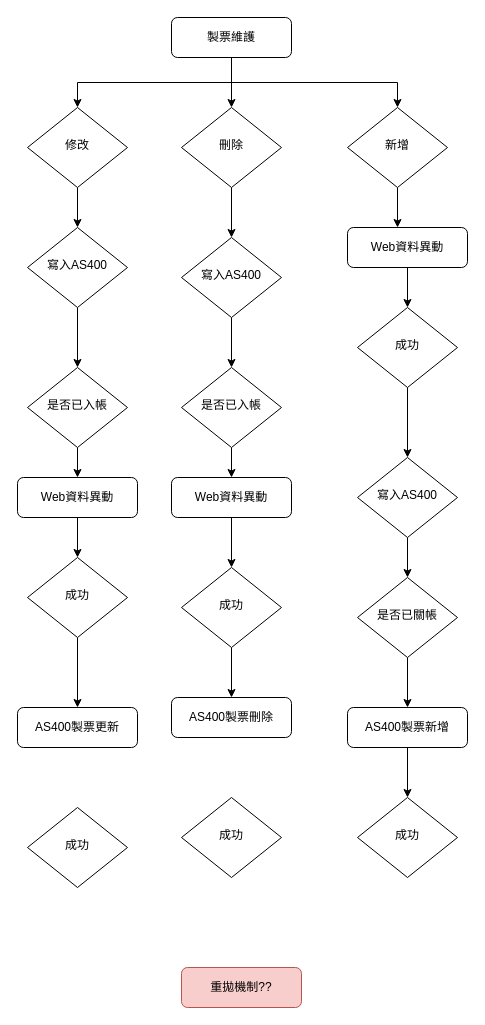
This is 製票維護同步寫入AS400.drawio from Ivychenyh/FlowChart, a draw.io file, before an edit. Source tidied: cells renumbered, new cells numbered last; positions are measured from the earlier drawing's top-left corner, leaving out a move shared by most shapes. Both pictures are drawn from the tidied source at 100%, with x=0, y=0 at pixel (17, 17).
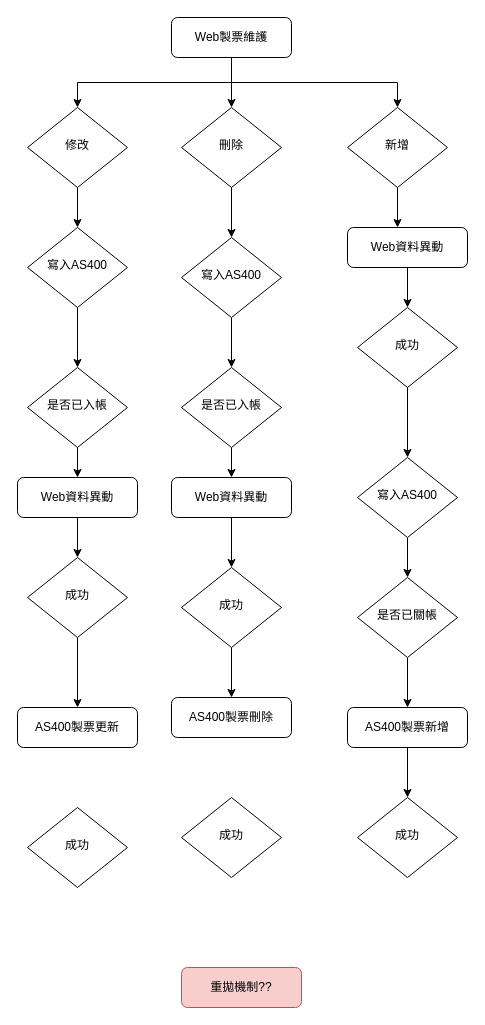
The same diagram, later.

Commit message (it also covers changes not shown here):
更新製票維護同步寫入AS400.drawio

The edit, as a diff of the source:
```diff
@@
-    <mxCell id="5" value="製票維護" style="rounded=1;whiteSpace=wrap;html=1;fontSize=12;glass=0;strokeWidth=1;shadow=0;" parent="1" vertex="1">
+    <mxCell id="5" value="Web製票維護" style="rounded=1;whiteSpace=wrap;html=1;fontSize=12;glass=0;strokeWidth=1;shadow=0;" parent="1" vertex="1">
       <mxGeometry x="154" width="120" height="40" as="geometry" />
     </mxCell>
```
